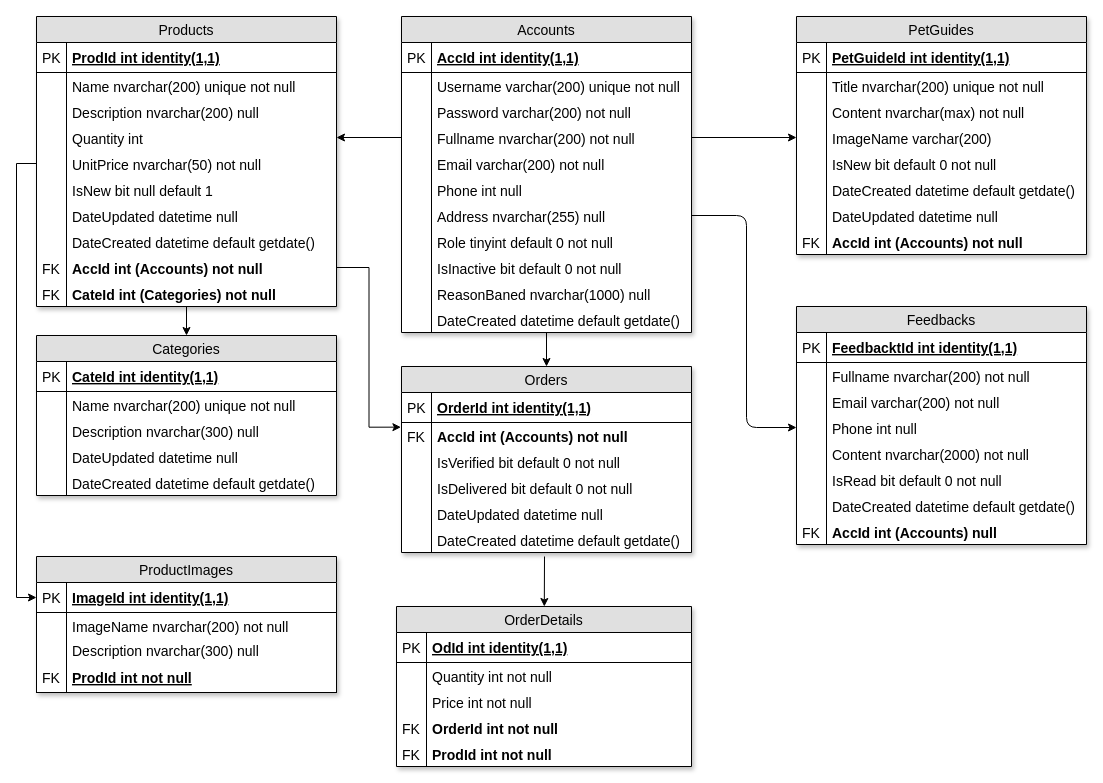
Before: page "Database" (2 of 5) of Documents/Diagrams/Overrall-Design.drawio in duyphuong403/PetCare, a draw.io diagram. Source tidied: cells renumbered, new cells numbered last; positions are measured from the earlier drawing's top-left corner, leaving out a move shared by most shapes. Both pictures are drawn from the tidied source at 100%, with x=0, y=0 at pixel (36, 16).
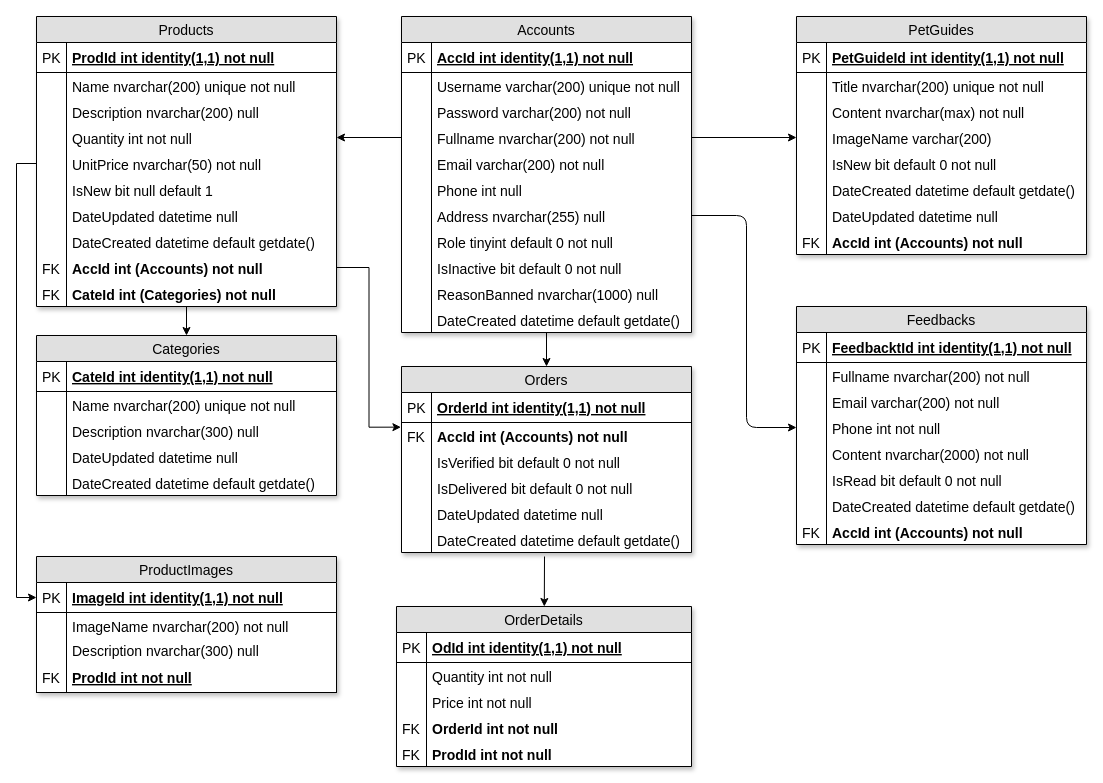
After the change.

The change refers to these unchanged cells:
```xml
<mxCell id="3" value="Products" style="swimlane;fontStyle=0;horizontal=1;startSize=26;fillColor=#e0e0e0;swimlaneFillColor=#ffffff;align=center;fontSize=14;glass=0;rounded=0;swimlaneLine=1;shadow=1;comic=0;" parent="1" vertex="1">
  <mxGeometry width="300" height="290" as="geometry" />
</mxCell>
<mxCell id="24" value="Categories" style="swimlane;fontStyle=0;horizontal=1;startSize=26;fillColor=#e0e0e0;swimlaneFillColor=#ffffff;align=center;fontSize=14;glass=0;rounded=0;swimlaneLine=1;shadow=1;comic=0;" parent="1" vertex="1">
  <mxGeometry y="319" width="300" height="160" as="geometry" />
</mxCell>
<mxCell id="35" value="Orders" style="swimlane;fontStyle=0;horizontal=1;startSize=26;fillColor=#e0e0e0;swimlaneFillColor=#ffffff;align=center;fontSize=14;glass=0;rounded=0;swimlaneLine=1;shadow=1;comic=0;" parent="1" vertex="1">
  <mxGeometry x="365" y="350" width="290" height="186" as="geometry" />
</mxCell>
<mxCell id="49" value="Accounts" style="swimlane;fontStyle=0;horizontal=1;startSize=26;fillColor=#e0e0e0;swimlaneFillColor=#ffffff;align=center;fontSize=14;glass=0;rounded=0;swimlaneLine=1;shadow=1;comic=0;" parent="1" vertex="1">
  <mxGeometry x="365" width="290" height="316" as="geometry" />
</mxCell>
<mxCell id="72" value="PetGuides" style="swimlane;fontStyle=0;horizontal=1;startSize=26;fillColor=#e0e0e0;swimlaneFillColor=#ffffff;align=center;fontSize=14;glass=0;rounded=0;swimlaneLine=1;shadow=1;comic=0;" parent="1" vertex="1">
  <mxGeometry x="760" width="290" height="238" as="geometry" />
</mxCell>
<mxCell id="89" value="Feedbacks" style="swimlane;fontStyle=0;horizontal=1;startSize=26;fillColor=#e0e0e0;swimlaneFillColor=#ffffff;align=center;fontSize=14;glass=0;rounded=0;swimlaneLine=1;shadow=1;comic=0;" parent="1" vertex="1">
  <mxGeometry x="760" y="290" width="290" height="238" as="geometry" />
</mxCell>
<mxCell id="108" value="OrderDetails" style="swimlane;fontStyle=0;horizontal=1;startSize=26;fillColor=#e0e0e0;swimlaneFillColor=#ffffff;align=center;fontSize=14;glass=0;rounded=0;swimlaneLine=1;shadow=1;comic=0;" parent="1" vertex="1">
  <mxGeometry x="360" y="590" width="295" height="160" as="geometry" />
</mxCell>
<mxCell id="121" value="ProductImages" style="swimlane;fontStyle=0;horizontal=1;startSize=26;fillColor=#e0e0e0;swimlaneFillColor=#ffffff;align=center;fontSize=14;glass=0;rounded=0;swimlaneLine=1;shadow=1;comic=0;" parent="1" vertex="1">
  <mxGeometry y="540" width="300" height="136" as="geometry" />
</mxCell>
```

What changed in the source:
```diff
@@
-    <mxCell id="4" value="ProdId int identity(1,1)" style="shape=partialRectangle;top=0;left=0;right=0;bottom=1;align=left;verticalAlign=middle;fillColor=none;spacingLeft=34;spacingRight=4;overflow=hidden;fontStyle=5;fontSize=14;" parent="3" vertex="1">
+    <mxCell id="4" value="ProdId int identity(1,1) not null" style="shape=partialRectangle;top=0;left=0;right=0;bottom=1;align=left;verticalAlign=middle;fillColor=none;spacingLeft=34;spacingRight=4;overflow=hidden;fontStyle=5;fontSize=14;" parent="3" vertex="1">
       <mxGeometry y="26" width="300" height="30" as="geometry" />
     </mxCell>
@@
-    <mxCell id="10" value="Quantity int" style="shape=partialRectangle;top=0;left=0;right=0;bottom=0;align=left;verticalAlign=top;fillColor=none;spacingLeft=34;spacingRight=4;overflow=hidden;points=[[0,0.5],[1,0.5]];portConstraint=eastwest;fontSize=14;" parent="3" vertex="1">
+    <mxCell id="10" value="Quantity int not null" style="shape=partialRectangle;top=0;left=0;right=0;bottom=0;align=left;verticalAlign=top;fillColor=none;spacingLeft=34;spacingRight=4;overflow=hidden;points=[[0,0.5],[1,0.5]];portConstraint=eastwest;fontSize=14;" parent="3" vertex="1">
       <mxGeometry y="108" width="300" height="26" as="geometry" />
     </mxCell>
@@
-    <mxCell id="25" value="CateId int identity(1,1)" style="shape=partialRectangle;top=0;left=0;right=0;bottom=1;align=left;verticalAlign=middle;fillColor=none;spacingLeft=34;spacingRight=4;overflow=hidden;fontStyle=5;fontSize=14;" parent="24" vertex="1">
+    <mxCell id="25" value="CateId int identity(1,1) not null" style="shape=partialRectangle;top=0;left=0;right=0;bottom=1;align=left;verticalAlign=middle;fillColor=none;spacingLeft=34;spacingRight=4;overflow=hidden;fontStyle=5;fontSize=14;" parent="24" vertex="1">
       <mxGeometry y="26" width="300" height="30" as="geometry" />
     </mxCell>
@@
-    <mxCell id="36" value="OrderId int identity(1,1)" style="shape=partialRectangle;top=0;left=0;right=0;bottom=1;align=left;verticalAlign=middle;fillColor=none;spacingLeft=34;spacingRight=4;overflow=hidden;fontStyle=5;fontSize=14;" parent="35" vertex="1">
+    <mxCell id="36" value="OrderId int identity(1,1) not null" style="shape=partialRectangle;top=0;left=0;right=0;bottom=1;align=left;verticalAlign=middle;fillColor=none;spacingLeft=34;spacingRight=4;overflow=hidden;fontStyle=5;fontSize=14;" parent="35" vertex="1">
       <mxGeometry y="26" width="290" height="30" as="geometry" />
     </mxCell>
@@
-    <mxCell id="50" value="AccId int identity(1,1)" style="shape=partialRectangle;top=0;left=0;right=0;bottom=1;align=left;verticalAlign=middle;fillColor=none;spacingLeft=34;spacingRight=4;overflow=hidden;fontStyle=5;fontSize=14;" parent="49" vertex="1">
+    <mxCell id="50" value="AccId int identity(1,1) not null" style="shape=partialRectangle;top=0;left=0;right=0;bottom=1;align=left;verticalAlign=middle;fillColor=none;spacingLeft=34;spacingRight=4;overflow=hidden;fontStyle=5;fontSize=14;" parent="49" vertex="1">
       <mxGeometry y="26" width="290" height="30" as="geometry" />
     </mxCell>
@@
-    <mxCell id="68" value="ReasonBaned nvarchar(1000) null" style="shape=partialRectangle;top=0;left=0;right=0;bottom=0;align=left;verticalAlign=top;fillColor=none;spacingLeft=34;spacingRight=4;overflow=hidden;fontSize=14;" parent="49" vertex="1">
+    <mxCell id="68" value="ReasonBanned nvarchar(1000) null" style="shape=partialRectangle;top=0;left=0;right=0;bottom=0;align=left;verticalAlign=top;fillColor=none;spacingLeft=34;spacingRight=4;overflow=hidden;fontSize=14;" parent="49" vertex="1">
       <mxGeometry y="264" width="290" height="26" as="geometry" />
     </mxCell>
@@
-    <mxCell id="73" value="PetGuideId int identity(1,1)" style="shape=partialRectangle;top=0;left=0;right=0;bottom=1;align=left;verticalAlign=middle;fillColor=none;spacingLeft=34;spacingRight=4;overflow=hidden;fontStyle=5;fontSize=14;" parent="72" vertex="1">
+    <mxCell id="73" value="PetGuideId int identity(1,1) not null" style="shape=partialRectangle;top=0;left=0;right=0;bottom=1;align=left;verticalAlign=middle;fillColor=none;spacingLeft=34;spacingRight=4;overflow=hidden;fontStyle=5;fontSize=14;" parent="72" vertex="1">
       <mxGeometry y="26" width="290" height="30" as="geometry" />
     </mxCell>
@@
-    <mxCell id="90" value="FeedbacktId int identity(1,1)" style="shape=partialRectangle;top=0;left=0;right=0;bottom=1;align=left;verticalAlign=middle;fillColor=none;spacingLeft=34;spacingRight=4;overflow=hidden;fontStyle=5;fontSize=14;" parent="89" vertex="1">
+    <mxCell id="90" value="FeedbacktId int identity(1,1) not null" style="shape=partialRectangle;top=0;left=0;right=0;bottom=1;align=left;verticalAlign=middle;fillColor=none;spacingLeft=34;spacingRight=4;overflow=hidden;fontStyle=5;fontSize=14;" parent="89" vertex="1">
       <mxGeometry y="26" width="290" height="30" as="geometry" />
     </mxCell>
@@
-    <mxCell id="96" value="Phone int null" style="shape=partialRectangle;top=0;left=0;right=0;bottom=0;align=left;verticalAlign=top;fillColor=none;spacingLeft=34;spacingRight=4;overflow=hidden;points=[[0,0.5],[1,0.5]];portConstraint=eastwest;fontSize=14;" parent="89" vertex="1">
+    <mxCell id="96" value="Phone int not null" style="shape=partialRectangle;top=0;left=0;right=0;bottom=0;align=left;verticalAlign=top;fillColor=none;spacingLeft=34;spacingRight=4;overflow=hidden;points=[[0,0.5],[1,0.5]];portConstraint=eastwest;fontSize=14;" parent="89" vertex="1">
       <mxGeometry y="108" width="290" height="26" as="geometry" />
     </mxCell>
@@
-    <mxCell id="104" value="AccId int (Accounts) null" style="shape=partialRectangle;top=0;left=0;right=0;bottom=0;align=left;verticalAlign=top;fillColor=none;spacingLeft=34;spacingRight=4;overflow=hidden;fontSize=14;fontStyle=1;" parent="89" vertex="1">
+    <mxCell id="104" value="AccId int (Accounts) not null" style="shape=partialRectangle;top=0;left=0;right=0;bottom=0;align=left;verticalAlign=top;fillColor=none;spacingLeft=34;spacingRight=4;overflow=hidden;fontSize=14;fontStyle=1;" parent="89" vertex="1">
       <mxGeometry y="212" width="290" height="26" as="geometry" />
     </mxCell>
@@
-    <mxCell id="109" value="OdId int identity(1,1)" style="shape=partialRectangle;top=0;left=0;right=0;bottom=1;align=left;verticalAlign=middle;fillColor=none;spacingLeft=34;spacingRight=4;overflow=hidden;fontStyle=5;fontSize=14;" parent="108" vertex="1">
+    <mxCell id="109" value="OdId int identity(1,1) not null" style="shape=partialRectangle;top=0;left=0;right=0;bottom=1;align=left;verticalAlign=middle;fillColor=none;spacingLeft=34;spacingRight=4;overflow=hidden;fontStyle=5;fontSize=14;" parent="108" vertex="1">
       <mxGeometry y="26" width="295" height="30" as="geometry" />
     </mxCell>
@@
-    <mxCell id="122" value="ImageId int identity(1,1)" style="shape=partialRectangle;top=0;left=0;right=0;bottom=1;align=left;verticalAlign=middle;fillColor=none;spacingLeft=34;spacingRight=4;overflow=hidden;points=[[0,0.5],[1,0.5]];portConstraint=eastwest;fontStyle=5;fontSize=14;" parent="121" vertex="1">
+    <mxCell id="122" value="ImageId int identity(1,1) not null" style="shape=partialRectangle;top=0;left=0;right=0;bottom=1;align=left;verticalAlign=middle;fillColor=none;spacingLeft=34;spacingRight=4;overflow=hidden;points=[[0,0.5],[1,0.5]];portConstraint=eastwest;fontStyle=5;fontSize=14;" parent="121" vertex="1">
       <mxGeometry y="26" width="300" height="30" as="geometry" />
     </mxCell>
```
